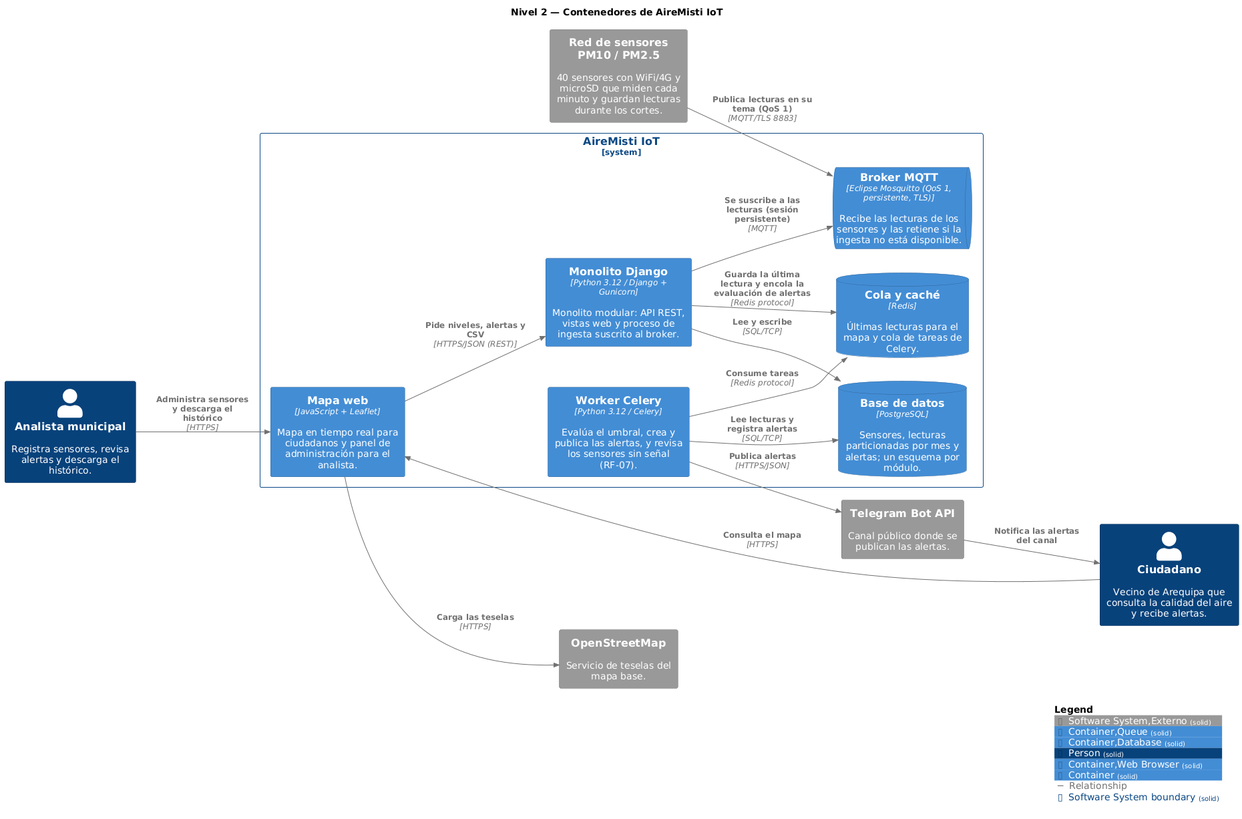
Above: docs/architecture/c4/img/structurizr-Contenedores.png in DanielJosueGuillenValcarcel/cs-2026b-lab04 (PlantUML), before the change.
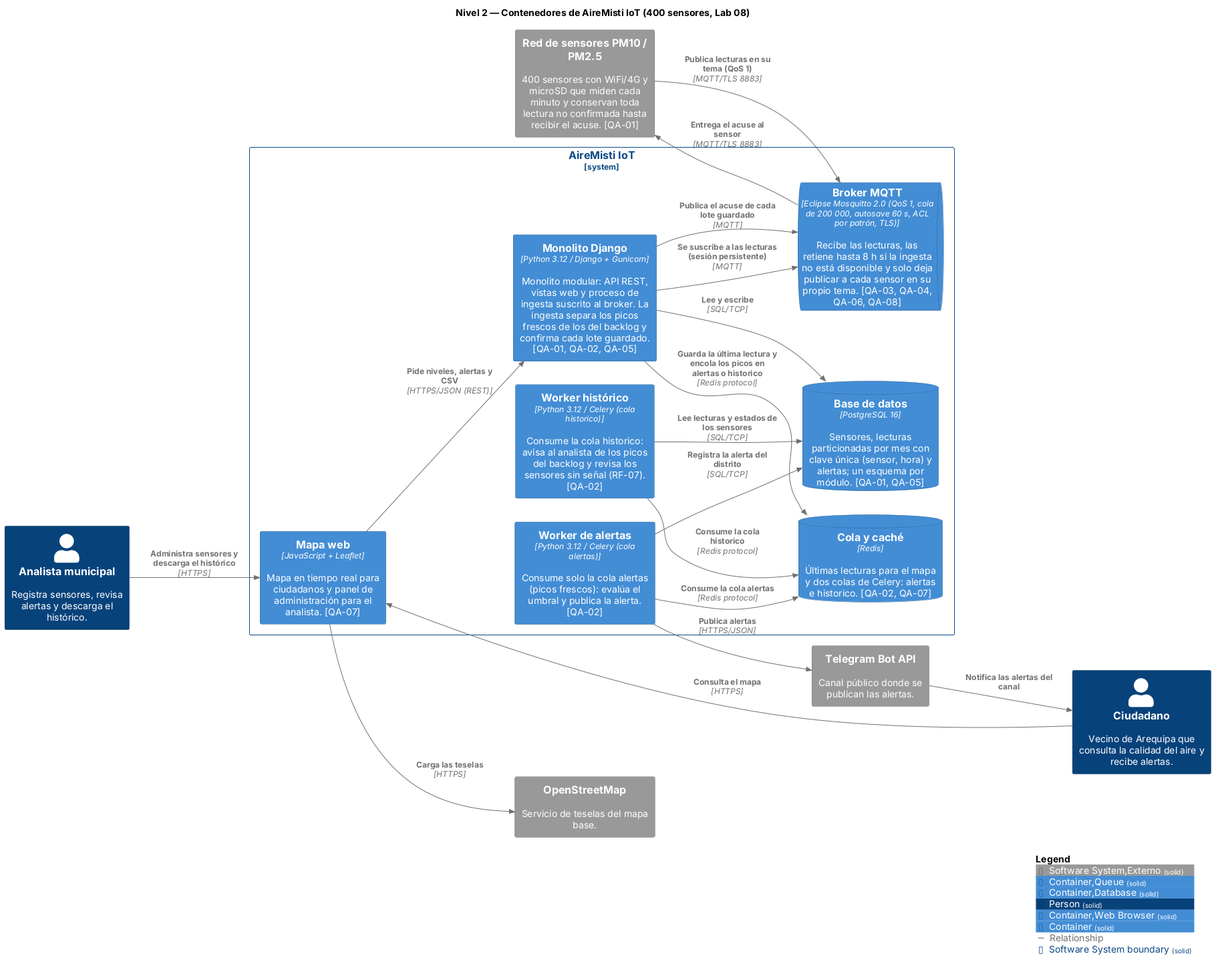
The same diagram one commit later.

Change to the diagram source:
```diff
@@ -1,6 +1,6 @@
 @startuml
 set separator none
-title Nivel 2 — Contenedores de AireMisti IoT
+title Nivel 2 — Contenedores de AireMisti IoT (400 sensores, Lab 08)
 
 left to right direction
 
@@ -21,17 +21,18 @@
 
 Person(Ciudadano, "Ciudadano", $descr="Vecino de Arequipa que consulta la calidad del aire y recibe alertas.", $tags="Person", $link="")
 Person(Analistamunicipal, "Analista municipal", $descr="Registra sensores, revisa alertas y descarga el histórico.", $tags="Person", $link="")
-System(ReddesensoresPM10PM25, "Red de sensores PM10 / PM2.5", $descr="40 sensores con WiFi/4G y microSD que miden cada minuto y guardan lecturas durante los cortes.", $tags="Software System,Externo", $link="")
+System(ReddesensoresPM10PM25, "Red de sensores PM10 / PM2.5", $descr="400 sensores con WiFi/4G y microSD que miden cada minuto y conservan toda lectura no confirmada hasta recibir el acuse. [QA-01]", $tags="Software System,Externo", $link="")
 System(TelegramBotAPI, "Telegram Bot API", $descr="Canal público donde se publican las alertas.", $tags="Software System,Externo", $link="")
 System(OpenStreetMap, "OpenStreetMap", $descr="Servicio de teselas del mapa base.", $tags="Software System,Externo", $link="")
 
 System_Boundary("AireMistiIoT_boundary", "AireMisti IoT", $tags="Software System") {
-  Container(AireMistiIoT.WorkerCelery, "Worker Celery", $techn="Python 3.12 / Celery", $descr="Evalúa el umbral, crea y publica las alertas, y revisa los sensores sin señal (RF-07).", $tags="Container", $link="")
-  ContainerQueue(AireMistiIoT.BrokerMQTT, "Broker MQTT", $techn="Eclipse Mosquitto (QoS 1, persistente, TLS)", $descr="Recibe las lecturas de los sensores y las retiene si la ingesta no está disponible.", $tags="Container,Queue", $link="")
-  ContainerDb(AireMistiIoT.Basededatos, "Base de datos", $techn="PostgreSQL", $descr="Sensores, lecturas particionadas por mes y alertas; un esquema por módulo.", $tags="Container,Database", $link="")
-  ContainerDb(AireMistiIoT.Colaycaché, "Cola y caché", $techn="Redis", $descr="Últimas lecturas para el mapa y cola de tareas de Celery.", $tags="Container,Database", $link="")
-  Container(AireMistiIoT.Mapaweb, "Mapa web", $techn="JavaScript + Leaflet", $descr="Mapa en tiempo real para ciudadanos y panel de administración para el analista.", $tags="Container,Web Browser", $link="")
-  Container(AireMistiIoT.MonolitoDjango, "Monolito Django", $techn="Python 3.12 / Django + Gunicorn", $descr="Monolito modular: API REST, vistas web y proceso de ingesta suscrito al broker.", $tags="Container", $link="")
+  Container(AireMistiIoT.Workerdealertas, "Worker de alertas", $techn="Python 3.12 / Celery (cola alertas)", $descr="Consume solo la cola alertas (picos frescos): evalúa el umbral y publica la alerta. [QA-02]", $tags="Container", $link="")
+  Container(AireMistiIoT.Workerhistórico, "Worker histórico", $techn="Python 3.12 / Celery (cola historico)", $descr="Consume la cola historico: avisa al analista de los picos del backlog y revisa los sensores sin señal (RF-07). [QA-02]", $tags="Container", $link="")
+  ContainerQueue(AireMistiIoT.BrokerMQTT, "Broker MQTT", $techn="Eclipse Mosquitto 2.0 (QoS 1, cola de 200 000, autosave 60 s, ACL por patrón, TLS)", $descr="Recibe las lecturas, las retiene hasta 8 h si la ingesta no está disponible y solo deja publicar a cada sensor en su propio tema. [QA-03, QA-04, QA-06, QA-08]", $tags="Container,Queue", $link="")
+  ContainerDb(AireMistiIoT.Basededatos, "Base de datos", $techn="PostgreSQL 16", $descr="Sensores, lecturas particionadas por mes con clave única (sensor, hora) y alertas; un esquema por módulo. [QA-01, QA-05]", $tags="Container,Database", $link="")
+  ContainerDb(AireMistiIoT.Colaycaché, "Cola y caché", $techn="Redis", $descr="Últimas lecturas para el mapa y dos colas de Celery: alertas e historico. [QA-02, QA-07]", $tags="Container,Database", $link="")
+  Container(AireMistiIoT.Mapaweb, "Mapa web", $techn="JavaScript + Leaflet", $descr="Mapa en tiempo real para ciudadanos y panel de administración para el analista. [QA-07]", $tags="Container,Web Browser", $link="")
+  Container(AireMistiIoT.MonolitoDjango, "Monolito Django", $techn="Python 3.12 / Django + Gunicorn", $descr="Monolito modular: API REST, vistas web y proceso de ingesta suscrito al broker. La ingesta separa los picos frescos de los del backlog y confirma cada lote guardado. [QA-01, QA-02, QA-05]", $tags="Container", $link="")
 }
 
 Rel(TelegramBotAPI, Ciudadano, "Notifica las alertas del canal", $techn="", $tags="Relationship", $link="")
@@ -42,10 +43,14 @@
 Rel(ReddesensoresPM10PM25, AireMistiIoT.BrokerMQTT, "Publica lecturas en su tema (QoS 1)", $techn="MQTT/TLS 8883", $tags="Relationship", $link="")
 Rel(AireMistiIoT.MonolitoDjango, AireMistiIoT.BrokerMQTT, "Se suscribe a las lecturas (sesión persistente)", $techn="MQTT", $tags="Relationship", $link="")
 Rel(AireMistiIoT.MonolitoDjango, AireMistiIoT.Basededatos, "Lee y escribe", $techn="SQL/TCP", $tags="Relationship", $link="")
-Rel(AireMistiIoT.MonolitoDjango, AireMistiIoT.Colaycaché, "Guarda la última lectura y encola la evaluación de alertas", $techn="Redis protocol", $tags="Relationship", $link="")
-Rel(AireMistiIoT.WorkerCelery, AireMistiIoT.Colaycaché, "Consume tareas", $techn="Redis protocol", $tags="Relationship", $link="")
-Rel(AireMistiIoT.WorkerCelery, AireMistiIoT.Basededatos, "Lee lecturas y registra alertas", $techn="SQL/TCP", $tags="Relationship", $link="")
-Rel(AireMistiIoT.WorkerCelery, TelegramBotAPI, "Publica alertas", $techn="HTTPS/JSON", $tags="Relationship", $link="")
+Rel(AireMistiIoT.MonolitoDjango, AireMistiIoT.BrokerMQTT, "Publica el acuse de cada lote guardado", $techn="MQTT", $tags="Relationship", $link="")
+Rel(AireMistiIoT.BrokerMQTT, ReddesensoresPM10PM25, "Entrega el acuse al sensor", $techn="MQTT/TLS 8883", $tags="Relationship", $link="")
+Rel(AireMistiIoT.MonolitoDjango, AireMistiIoT.Colaycaché, "Guarda la última lectura y encola los picos en alertas o historico", $techn="Redis protocol", $tags="Relationship", $link="")
+Rel(AireMistiIoT.Workerdealertas, AireMistiIoT.Colaycaché, "Consume la cola alertas", $techn="Redis protocol", $tags="Relationship", $link="")
+Rel(AireMistiIoT.Workerdealertas, AireMistiIoT.Basededatos, "Registra la alerta del distrito", $techn="SQL/TCP", $tags="Relationship", $link="")
+Rel(AireMistiIoT.Workerdealertas, TelegramBotAPI, "Publica alertas", $techn="HTTPS/JSON", $tags="Relationship", $link="")
+Rel(AireMistiIoT.Workerhistórico, AireMistiIoT.Colaycaché, "Consume la cola historico", $techn="Redis protocol", $tags="Relationship", $link="")
+Rel(AireMistiIoT.Workerhistórico, AireMistiIoT.Basededatos, "Lee lecturas y estados de los sensores", $techn="SQL/TCP", $tags="Relationship", $link="")
 
 SHOW_LEGEND(true)
 @enduml
```
